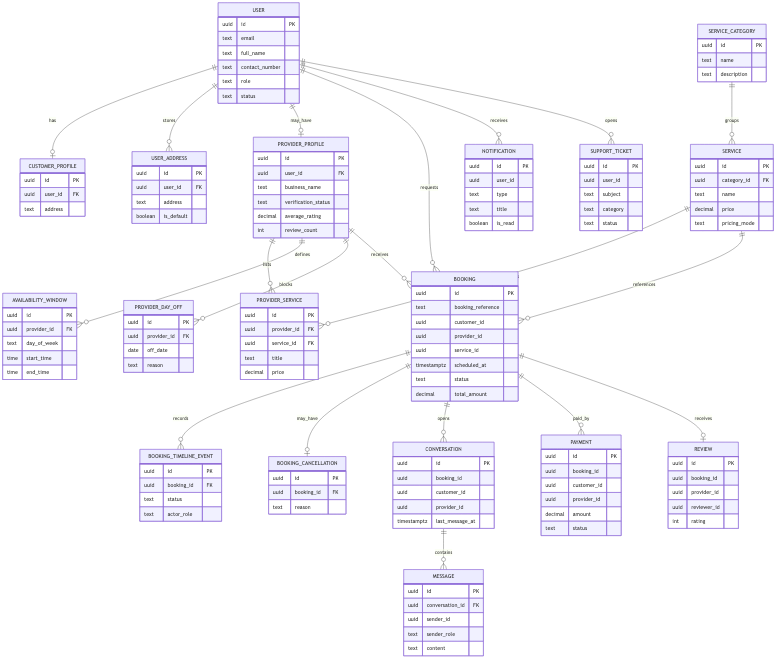
shmce/servease-locked-in keeps this Mermaid diagram as docs/diagrams/exports/png/05-entity-relationship.png. Above is the earlier version. Its source is kept beside it as docs/diagrams/source/05-entity-relationship.mmd. Source of this version:
```mermaid
erDiagram
  USER ||--o| CUSTOMER_PROFILE : has
  USER ||--o{ USER_ADDRESS : stores
  USER ||--o| PROVIDER_PROFILE : may_have
  SERVICE_CATEGORY ||--o{ SERVICE : groups
  SERVICE ||--o{ PROVIDER_SERVICE : offered_as
  PROVIDER_PROFILE ||--o{ PROVIDER_SERVICE : lists
  PROVIDER_PROFILE ||--o{ AVAILABILITY_WINDOW : defines
  PROVIDER_PROFILE ||--o{ PROVIDER_DAY_OFF : blocks
  USER ||--o{ BOOKING : requests
  PROVIDER_PROFILE ||--o{ BOOKING : receives
  SERVICE ||--o{ BOOKING : references
  BOOKING ||--o{ BOOKING_TIMELINE_EVENT : records
  BOOKING ||--o| BOOKING_CANCELLATION : may_have
  BOOKING ||--o{ CONVERSATION : opens
  CONVERSATION ||--o{ MESSAGE : contains
  BOOKING ||--o{ PAYMENT : paid_by
  BOOKING ||--o| REVIEW : receives
  USER ||--o{ NOTIFICATION : receives
  USER ||--o{ SUPPORT_TICKET : opens

  USER {
    uuid id PK
    text email
    text full_name
    text contact_number
    text role
    text status
  }

  CUSTOMER_PROFILE {
    uuid id PK
    uuid user_id FK
    text address
  }

  USER_ADDRESS {
    uuid id PK
    uuid user_id FK
    text address
    boolean is_default
  }

  PROVIDER_PROFILE {
    uuid id PK
    uuid user_id FK
    text business_name
    text verification_status
    decimal average_rating
    int review_count
  }

  SERVICE_CATEGORY {
    uuid id PK
    text name
    text description
  }

  SERVICE {
    uuid id PK
    uuid category_id FK
    text name
    decimal price
    text pricing_mode
  }

  PROVIDER_SERVICE {
    uuid id PK
    uuid provider_id FK
    uuid service_id FK
    text title
    decimal price
  }

  AVAILABILITY_WINDOW {
    uuid id PK
    uuid provider_id FK
    text day_of_week
    time start_time
    time end_time
  }

  PROVIDER_DAY_OFF {
    uuid id PK
    uuid provider_id FK
    date off_date
    text reason
  }

  BOOKING {
    uuid id PK
    text booking_reference
    uuid customer_id
    uuid provider_id
    uuid service_id
    timestamptz scheduled_at
    text status
    decimal total_amount
  }

  BOOKING_TIMELINE_EVENT {
    uuid id PK
    uuid booking_id FK
    text status
    text actor_role
  }

  BOOKING_CANCELLATION {
    uuid id PK
    uuid booking_id FK
    text reason
  }

  CONVERSATION {
    uuid id PK
    uuid booking_id
    uuid customer_id
    uuid provider_id
    timestamptz last_message_at
  }

  MESSAGE {
    uuid id PK
    uuid conversation_id FK
    uuid sender_id
    text sender_role
    text content
  }

  PAYMENT {
    uuid id PK
    uuid booking_id
    uuid customer_id
    uuid provider_id
    decimal amount
    text status
  }

  REVIEW {
    uuid id PK
    uuid booking_id
    uuid provider_id
    uuid reviewer_id
    int rating
  }

  NOTIFICATION {
    uuid id PK
    uuid user_id
    text type
    text title
    boolean is_read
  }

  SUPPORT_TICKET {
    uuid id PK
    uuid user_id
    text subject
    text category
    text status
  }
```
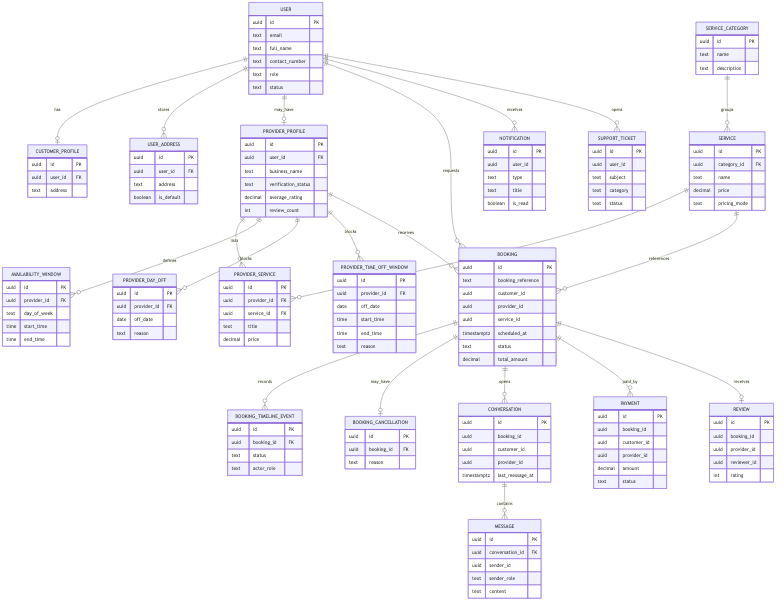
After the change.

Change to the diagram source:
```diff
@@ -7,6 +7,7 @@
   PROVIDER_PROFILE ||--o{ PROVIDER_SERVICE : lists
   PROVIDER_PROFILE ||--o{ AVAILABILITY_WINDOW : defines
   PROVIDER_PROFILE ||--o{ PROVIDER_DAY_OFF : blocks
+  PROVIDER_PROFILE ||--o{ PROVIDER_TIME_OFF_WINDOW : blocks
   USER ||--o{ BOOKING : requests
   PROVIDER_PROFILE ||--o{ BOOKING : receives
   SERVICE ||--o{ BOOKING : references
@@ -87,6 +88,15 @@
     text reason
   }
 
+  PROVIDER_TIME_OFF_WINDOW {
+    uuid id PK
+    uuid provider_id FK
+    date off_date
+    time start_time
+    time end_time
+    text reason
+  }
+
   BOOKING {
     uuid id PK
     text booking_reference
```
